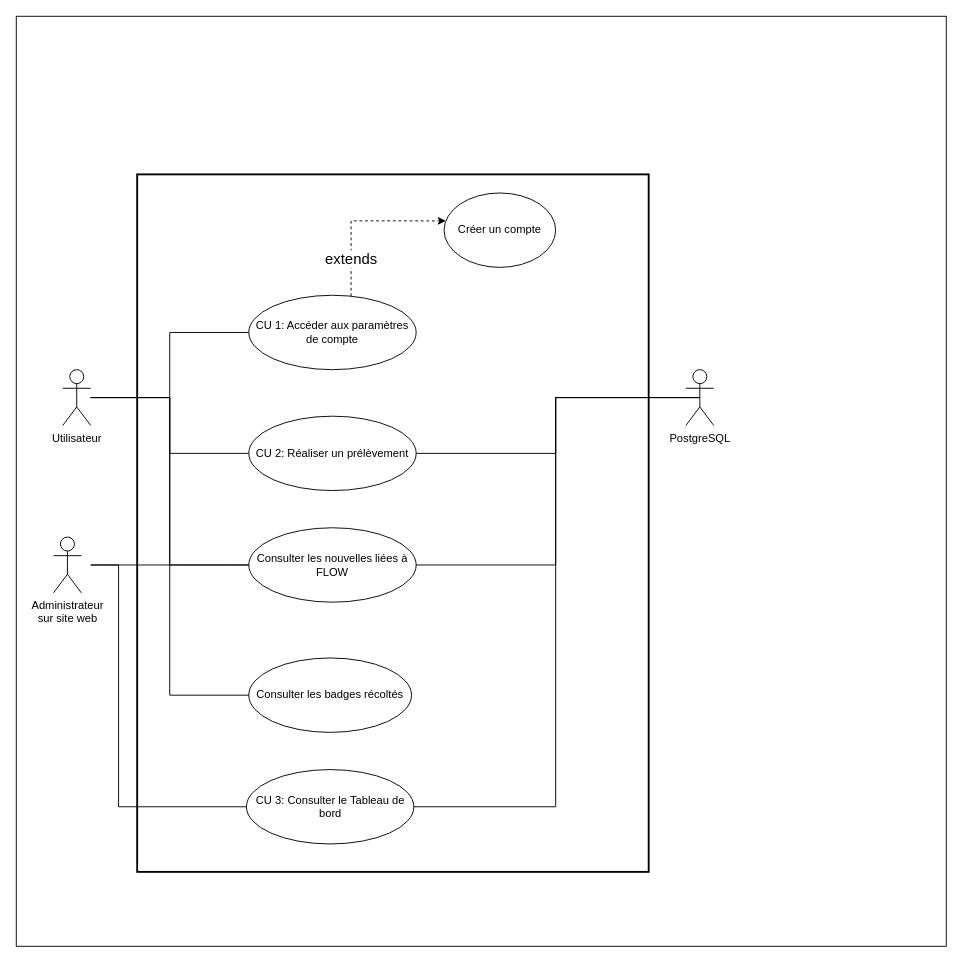
The draw.io diagram 3.1_Page_principal.drawio in MurielleMardenli200/projet4_architecture, before the edit. Source tidied: cells renumbered, new cells numbered last; positions are measured from the earlier drawing's top-left corner, leaving out a move shared by most shapes. Both pictures are drawn from the tidied source at 93%, with x=0, y=0 at pixel (16, 16).
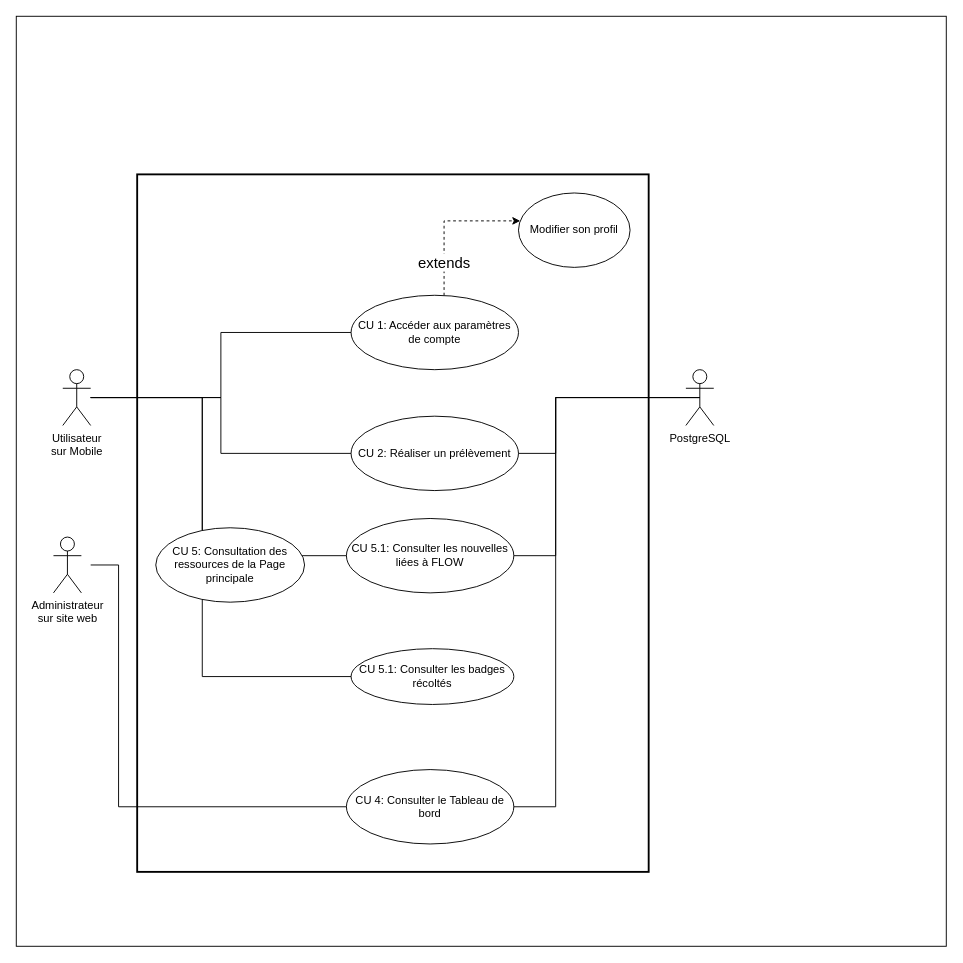
The same diagram, later.

Unchanged cells that the change refers to:
```xml
<mxCell id="5" value="PostgreSQL" style="shape=umlActor;verticalLabelPosition=bottom;verticalAlign=top;html=1;outlineConnect=0;" parent="1" vertex="1">
  <mxGeometry x="720" y="380" width="30" height="60" as="geometry" />
</mxCell>
```

Change to the diagram source:
```diff
@@
-    <mxCell id="3" value="Utilisateur" style="shape=umlActor;verticalLabelPosition=bottom;verticalAlign=top;html=1;outlineConnect=0;" parent="1" vertex="1">
+    <mxCell id="3" value="Utilisateur&lt;br&gt;sur Mobile" style="shape=umlActor;verticalLabelPosition=bottom;verticalAlign=top;html=1;outlineConnect=0;" parent="1" vertex="1">
       <mxGeometry x="50" y="380" width="30" height="60" as="geometry" />
     </mxCell>
@@
     <mxCell id="6" style="edgeStyle=orthogonalEdgeStyle;rounded=0;jettySize=auto;html=1;dashed=1;" parent="1" edge="1" source="8" target="11">
       <mxGeometry relative="1" as="geometry">
         <Array as="points">
-          <mxPoint x="360" y="220" />
+          <mxPoint x="460" y="220" />
         </Array>
       </mxGeometry>
     </mxCell>
@@
     <mxCell id="8" value="CU 1: Accéder aux paramètres de compte" style="ellipse;whiteSpace=wrap;html=1;" parent="1" vertex="1">
-      <mxGeometry x="250" y="300" width="180" height="80" as="geometry" />
+      <mxGeometry x="360" y="300" width="180" height="80" as="geometry" />
     </mxCell>
     <mxCell id="9" value="CU 2: Réaliser un prélèvement" style="ellipse;whiteSpace=wrap;html=1;" parent="1" vertex="1">
-      <mxGeometry x="250" y="430" width="180" height="80" as="geometry" />
+      <mxGeometry x="360" y="430" width="180" height="80" as="geometry" />
     </mxCell>
-    <mxCell id="10" value="Consulter les nouvelles liées à FLOW" style="ellipse;whiteSpace=wrap;html=1;" parent="1" vertex="1">
-      <mxGeometry x="250" y="550" width="180" height="80" as="geometry" />
+    <mxCell id="10" value="CU 5.1: Consulter les nouvelles liées à FLOW" style="ellipse;whiteSpace=wrap;html=1;" parent="1" vertex="1">
+      <mxGeometry x="355" y="540" width="180" height="80" as="geometry" />
     </mxCell>
-    <mxCell id="11" value="Créer un compte" style="ellipse;whiteSpace=wrap;html=1;" parent="1" vertex="1">
-      <mxGeometry x="460" y="190" width="120" height="80" as="geometry" />
+    <mxCell id="11" value="Modifier son profil" style="ellipse;whiteSpace=wrap;html=1;" parent="1" vertex="1">
+      <mxGeometry x="540" y="190" width="120" height="80" as="geometry" />
     </mxCell>
@@
     <mxCell id="13" style="edgeStyle=orthogonalEdgeStyle;rounded=0;jettySize=auto;html=1;endArrow=none;startFill=0;" parent="1" edge="1" source="3" target="9">
-      <mxGeometry relative="1" as="geometry" />
+      <mxGeometry relative="1" as="geometry">
+        <Array as="points">
+          <mxPoint x="220" y="410" />
+          <mxPoint x="220" y="470" />
+        </Array>
+      </mxGeometry>
     </mxCell>
     <mxCell id="14" style="edgeStyle=orthogonalEdgeStyle;rounded=0;jettySize=auto;html=1;entryX=0;entryY=0.5;entryDx=0;entryDy=0;endArrow=none;startFill=0;" parent="1" edge="1" source="3" target="10">
-      <mxGeometry relative="1" as="geometry" />
+      <mxGeometry relative="1" as="geometry">
+        <Array as="points">
+          <mxPoint x="200" y="410" />
+          <mxPoint x="200" y="580" />
+        </Array>
+      </mxGeometry>
     </mxCell>
@@
     <mxCell id="16" style="edgeStyle=orthogonalEdgeStyle;rounded=0;jettySize=auto;html=1;entryX=0.5;entryY=0.5;entryDx=0;entryDy=0;entryPerimeter=0;endArrow=none;startFill=0;exitX=1;exitY=0.5;exitDx=0;exitDy=0;" parent="1" edge="1" source="10" target="5">
       <mxGeometry relative="1" as="geometry">
         <Array as="points">
-          <mxPoint x="580" y="590" />
+          <mxPoint x="580" y="580" />
           <mxPoint x="580" y="410" />
         </Array>
       </mxGeometry>
     </mxCell>
@@
-    <mxCell id="19" value="CU 3: Consulter le Tableau de bord" style="ellipse;whiteSpace=wrap;html=1;" parent="1" vertex="1">
-      <mxGeometry x="247.5" y="810" width="180" height="80" as="geometry" />
+    <mxCell id="19" value="CU 4: Consulter le Tableau de bord" style="ellipse;whiteSpace=wrap;html=1;" parent="1" vertex="1">
+      <mxGeometry x="355" y="810" width="180" height="80" as="geometry" />
     </mxCell>
@@
-    <mxCell id="21" value="Consulter les badges récoltés" style="ellipse;whiteSpace=wrap;html=1;" parent="1" vertex="1">
-      <mxGeometry x="250" y="690" width="175" height="80" as="geometry" />
+    <mxCell id="21" value="CU 5.1: Consulter les badges récoltés" style="ellipse;whiteSpace=wrap;html=1;" parent="1" vertex="1">
+      <mxGeometry x="360" y="680" width="175" height="60" as="geometry" />
     </mxCell>
     <mxCell id="22" style="edgeStyle=elbowEdgeStyle;rounded=0;jettySize=auto;html=1;entryX=0;entryY=0.5;entryDx=0;entryDy=0;endArrow=none;startFill=0;" parent="1" edge="1" target="21">
       <mxGeometry relative="1" as="geometry">
         <mxPoint x="80" y="410" as="sourcePoint" />
+        <Array as="points">
+          <mxPoint x="200" y="550" />
+        </Array>
       </mxGeometry>
     </mxCell>
-    <mxCell id="23" style="endArrow=none;html=1;rounded=0;fontSize=12;startSize=8;endSize=8;curved=1;entryX=0;entryY=0.5;entryDx=0;entryDy=0;" parent="1" edge="1" target="10">
-      <mxGeometry relative="1" as="geometry">
-        <mxPoint x="80" y="590" as="sourcePoint" />
-      </mxGeometry>
-    </mxCell>
+    <mxCell id="24" value="CU 5: Consultation des ressources de la Page principale" style="ellipse;whiteSpace=wrap;html=1;" parent="1" vertex="1">
+      <mxGeometry x="150" y="550" width="160" height="80" as="geometry" />
+    </mxCell>
```
